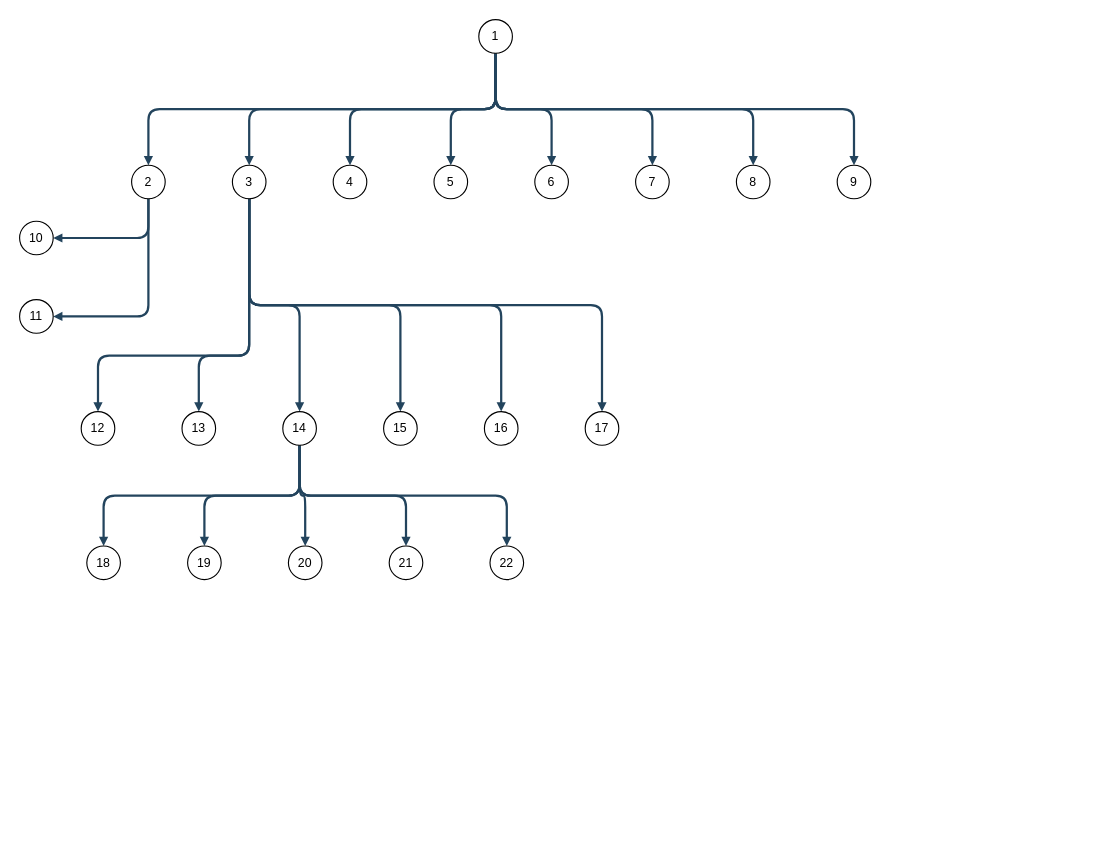
The draw.io diagram page "树状图" (3 of 4) of 组织架构-数据模型.drawio in zebra-min/my-design, before the edit. Source tidied: cells renumbered, new cells numbered last; positions are measured from the earlier drawing's top-left corner, leaving out a move shared by most shapes. Both pictures are drawn from the tidied source at 112%, with x=0, y=0 at pixel (19, 19).
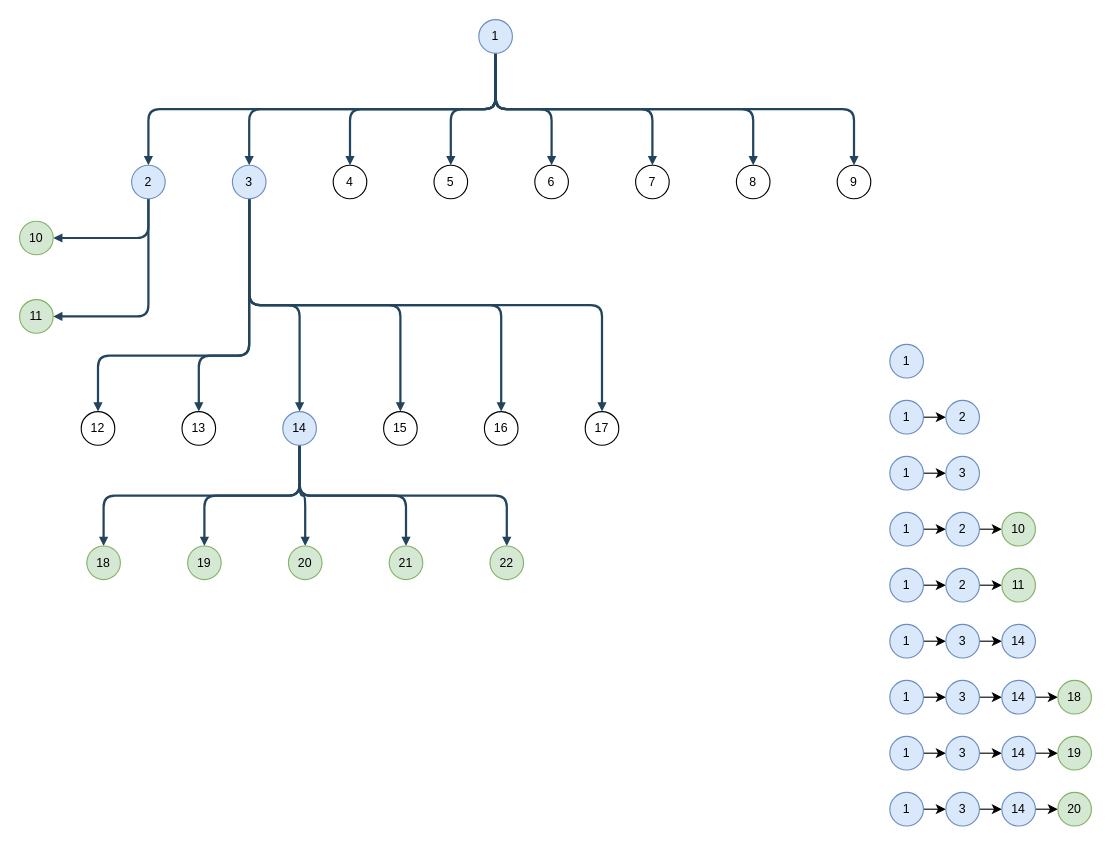
After the change.

Change to the diagram source:
```diff
@@
-    <mxCell id="10" value="1" style="ellipse;whiteSpace=wrap;html=1;fontFamily=Helvetica;fontSize=11;fontColor=default;" parent="1" vertex="1">
+    <mxCell id="10" value="1" style="ellipse;whiteSpace=wrap;html=1;fontFamily=Helvetica;fontSize=11;fillColor=#dae8fc;strokeColor=#6c8ebf;" parent="1" vertex="1">
       <mxGeometry x="410" width="30" height="30" as="geometry" />
     </mxCell>
@@
-    <mxCell id="13" value="2" style="ellipse;whiteSpace=wrap;html=1;fontFamily=Helvetica;fontSize=11;fontColor=default;" parent="1" vertex="1">
+    <mxCell id="13" value="2" style="ellipse;whiteSpace=wrap;html=1;fontFamily=Helvetica;fontSize=11;fillColor=#dae8fc;strokeColor=#6c8ebf;" parent="1" vertex="1">
       <mxGeometry x="100" y="130" width="30" height="30" as="geometry" />
     </mxCell>
@@
-    <mxCell id="20" value="3" style="ellipse;whiteSpace=wrap;html=1;fontFamily=Helvetica;fontSize=11;fontColor=default;" parent="1" vertex="1">
+    <mxCell id="20" value="3" style="ellipse;whiteSpace=wrap;html=1;fontFamily=Helvetica;fontSize=11;fillColor=#dae8fc;strokeColor=#6c8ebf;" parent="1" vertex="1">
       <mxGeometry x="190" y="130" width="30" height="30" as="geometry" />
     </mxCell>
@@
-    <mxCell id="27" value="10" style="ellipse;whiteSpace=wrap;html=1;fontFamily=Helvetica;fontSize=11;fontColor=default;" parent="1" vertex="1">
+    <mxCell id="27" value="10" style="ellipse;whiteSpace=wrap;html=1;fontFamily=Helvetica;fontSize=11;fillColor=#d5e8d4;strokeColor=#82b366;" parent="1" vertex="1">
       <mxGeometry y="180" width="30" height="30" as="geometry" />
     </mxCell>
-    <mxCell id="28" value="11" style="ellipse;whiteSpace=wrap;html=1;fontFamily=Helvetica;fontSize=11;fontColor=default;" parent="1" vertex="1">
+    <mxCell id="28" value="11" style="ellipse;whiteSpace=wrap;html=1;fontFamily=Helvetica;fontSize=11;fillColor=#d5e8d4;strokeColor=#82b366;" parent="1" vertex="1">
       <mxGeometry y="250" width="30" height="30" as="geometry" />
     </mxCell>
@@
-    <mxCell id="36" value="14" style="ellipse;whiteSpace=wrap;html=1;fontFamily=Helvetica;fontSize=11;fontColor=default;" parent="1" vertex="1">
+    <mxCell id="36" value="14" style="ellipse;whiteSpace=wrap;html=1;fontFamily=Helvetica;fontSize=11;fillColor=#dae8fc;strokeColor=#6c8ebf;" parent="1" vertex="1">
       <mxGeometry x="235" y="350" width="30" height="30" as="geometry" />
     </mxCell>
@@
-    <mxCell id="40" value="18" style="ellipse;whiteSpace=wrap;html=1;fontFamily=Helvetica;fontSize=11;fontColor=default;" parent="1" vertex="1">
+    <mxCell id="40" value="18" style="ellipse;whiteSpace=wrap;html=1;fontFamily=Helvetica;fontSize=11;fillColor=#d5e8d4;strokeColor=#82b366;" parent="1" vertex="1">
       <mxGeometry x="60" y="470" width="30" height="30" as="geometry" />
     </mxCell>
-    <mxCell id="41" value="19" style="ellipse;whiteSpace=wrap;html=1;fontFamily=Helvetica;fontSize=11;fontColor=default;" parent="1" vertex="1">
+    <mxCell id="41" value="19" style="ellipse;whiteSpace=wrap;html=1;fontFamily=Helvetica;fontSize=11;fillColor=#d5e8d4;strokeColor=#82b366;" parent="1" vertex="1">
       <mxGeometry x="150" y="470" width="30" height="30" as="geometry" />
     </mxCell>
-    <mxCell id="42" value="20" style="ellipse;whiteSpace=wrap;html=1;fontFamily=Helvetica;fontSize=11;fontColor=default;" parent="1" vertex="1">
+    <mxCell id="42" value="20" style="ellipse;whiteSpace=wrap;html=1;fontFamily=Helvetica;fontSize=11;fillColor=#d5e8d4;strokeColor=#82b366;" parent="1" vertex="1">
       <mxGeometry x="240" y="470" width="30" height="30" as="geometry" />
     </mxCell>
-    <mxCell id="43" value="21" style="ellipse;whiteSpace=wrap;html=1;fontFamily=Helvetica;fontSize=11;fontColor=default;" parent="1" vertex="1">
+    <mxCell id="43" value="21" style="ellipse;whiteSpace=wrap;html=1;fontFamily=Helvetica;fontSize=11;fillColor=#d5e8d4;strokeColor=#82b366;" parent="1" vertex="1">
       <mxGeometry x="330" y="470" width="30" height="30" as="geometry" />
     </mxCell>
-    <mxCell id="44" value="22" style="ellipse;whiteSpace=wrap;html=1;fontFamily=Helvetica;fontSize=11;fontColor=default;" parent="1" vertex="1">
+    <mxCell id="44" value="22" style="ellipse;whiteSpace=wrap;html=1;fontFamily=Helvetica;fontSize=11;fillColor=#d5e8d4;strokeColor=#82b366;" parent="1" vertex="1">
       <mxGeometry x="420" y="470" width="30" height="30" as="geometry" />
     </mxCell>
+    <mxCell id="45" value="1" style="ellipse;whiteSpace=wrap;html=1;fontFamily=Helvetica;fontSize=11;fillColor=#dae8fc;strokeColor=#6c8ebf;" parent="1" vertex="1">
+      <mxGeometry x="777" y="290" width="30" height="30" as="geometry" />
+    </mxCell>
+    <mxCell id="46" style="edgeStyle=orthogonalEdgeStyle;rounded=0;jettySize=auto;html=1;exitX=1;exitY=0.5;exitDx=0;exitDy=0;entryX=0;entryY=0.5;entryDx=0;entryDy=0;" parent="1" edge="1" source="47" target="48">
+      <mxGeometry relative="1" as="geometry" />
+    </mxCell>
+    <mxCell id="47" value="1" style="ellipse;whiteSpace=wrap;html=1;fontFamily=Helvetica;fontSize=11;fillColor=#dae8fc;strokeColor=#6c8ebf;" parent="1" vertex="1">
+      <mxGeometry x="777" y="340" width="30" height="30" as="geometry" />
+    </mxCell>
+    <mxCell id="48" value="2" style="ellipse;whiteSpace=wrap;html=1;fontFamily=Helvetica;fontSize=11;fillColor=#dae8fc;strokeColor=#6c8ebf;" parent="1" vertex="1">
+      <mxGeometry x="827" y="340" width="30" height="30" as="geometry" />
+    </mxCell>
+    <mxCell id="49" style="edgeStyle=orthogonalEdgeStyle;rounded=0;jettySize=auto;html=1;exitX=1;exitY=0.5;exitDx=0;exitDy=0;entryX=0;entryY=0.5;entryDx=0;entryDy=0;" parent="1" edge="1" source="50" target="51">
+      <mxGeometry relative="1" as="geometry" />
+    </mxCell>
+    <mxCell id="50" value="1" style="ellipse;whiteSpace=wrap;html=1;fontFamily=Helvetica;fontSize=11;fillColor=#dae8fc;strokeColor=#6c8ebf;" parent="1" vertex="1">
+      <mxGeometry x="777" y="390" width="30" height="30" as="geometry" />
+    </mxCell>
+    <mxCell id="51" value="3" style="ellipse;whiteSpace=wrap;html=1;fontFamily=Helvetica;fontSize=11;fillColor=#dae8fc;strokeColor=#6c8ebf;" parent="1" vertex="1">
+      <mxGeometry x="827" y="390" width="30" height="30" as="geometry" />
+    </mxCell>
+    <mxCell id="52" style="edgeStyle=orthogonalEdgeStyle;rounded=0;jettySize=auto;html=1;exitX=1;exitY=0.5;exitDx=0;exitDy=0;entryX=0;entryY=0.5;entryDx=0;entryDy=0;" parent="1" edge="1" source="53" target="55">
+      <mxGeometry relative="1" as="geometry" />
+    </mxCell>
+    <mxCell id="53" value="1" style="ellipse;whiteSpace=wrap;html=1;fontFamily=Helvetica;fontSize=11;fillColor=#dae8fc;strokeColor=#6c8ebf;" parent="1" vertex="1">
+      <mxGeometry x="777" y="440" width="30" height="30" as="geometry" />
+    </mxCell>
+    <mxCell id="54" style="edgeStyle=orthogonalEdgeStyle;rounded=0;jettySize=auto;html=1;exitX=1;exitY=0.5;exitDx=0;exitDy=0;entryX=0;entryY=0.5;entryDx=0;entryDy=0;" parent="1" edge="1" source="55" target="56">
+      <mxGeometry relative="1" as="geometry" />
+    </mxCell>
+    <mxCell id="55" value="2" style="ellipse;whiteSpace=wrap;html=1;fontFamily=Helvetica;fontSize=11;fillColor=#dae8fc;strokeColor=#6c8ebf;" parent="1" vertex="1">
+      <mxGeometry x="827" y="440" width="30" height="30" as="geometry" />
+    </mxCell>
+    <mxCell id="56" value="10" style="ellipse;whiteSpace=wrap;html=1;fontFamily=Helvetica;fontSize=11;fillColor=#d5e8d4;strokeColor=#82b366;" parent="1" vertex="1">
+      <mxGeometry x="877" y="440" width="30" height="30" as="geometry" />
+    </mxCell>
+    <mxCell id="57" style="edgeStyle=orthogonalEdgeStyle;rounded=0;jettySize=auto;html=1;exitX=1;exitY=0.5;exitDx=0;exitDy=0;entryX=0;entryY=0.5;entryDx=0;entryDy=0;" parent="1" edge="1" source="58" target="60">
+      <mxGeometry relative="1" as="geometry" />
+    </mxCell>
+    <mxCell id="58" value="1" style="ellipse;whiteSpace=wrap;html=1;fontFamily=Helvetica;fontSize=11;fillColor=#dae8fc;strokeColor=#6c8ebf;" parent="1" vertex="1">
+      <mxGeometry x="777" y="490" width="30" height="30" as="geometry" />
+    </mxCell>
+    <mxCell id="59" style="edgeStyle=orthogonalEdgeStyle;rounded=0;jettySize=auto;html=1;exitX=1;exitY=0.5;exitDx=0;exitDy=0;entryX=0;entryY=0.5;entryDx=0;entryDy=0;" parent="1" edge="1" source="60" target="61">
+      <mxGeometry relative="1" as="geometry" />
+    </mxCell>
+    <mxCell id="60" value="2" style="ellipse;whiteSpace=wrap;html=1;fontFamily=Helvetica;fontSize=11;fillColor=#dae8fc;strokeColor=#6c8ebf;" parent="1" vertex="1">
+      <mxGeometry x="827" y="490" width="30" height="30" as="geometry" />
+    </mxCell>
+    <mxCell id="61" value="11" style="ellipse;whiteSpace=wrap;html=1;fontFamily=Helvetica;fontSize=11;fillColor=#d5e8d4;strokeColor=#82b366;" parent="1" vertex="1">
+      <mxGeometry x="877" y="490" width="30" height="30" as="geometry" />
+    </mxCell>
+    <mxCell id="62" style="edgeStyle=orthogonalEdgeStyle;rounded=0;jettySize=auto;html=1;exitX=1;exitY=0.5;exitDx=0;exitDy=0;entryX=0;entryY=0.5;entryDx=0;entryDy=0;" parent="1" edge="1" source="63" target="65">
+      <mxGeometry relative="1" as="geometry" />
+    </mxCell>
+    <mxCell id="63" value="1" style="ellipse;whiteSpace=wrap;html=1;fontFamily=Helvetica;fontSize=11;fillColor=#dae8fc;strokeColor=#6c8ebf;" parent="1" vertex="1">
+      <mxGeometry x="777" y="540" width="30" height="30" as="geometry" />
+    </mxCell>
+    <mxCell id="64" style="edgeStyle=orthogonalEdgeStyle;rounded=0;jettySize=auto;html=1;exitX=1;exitY=0.5;exitDx=0;exitDy=0;entryX=0;entryY=0.5;entryDx=0;entryDy=0;" parent="1" edge="1" source="65" target="66">
+      <mxGeometry relative="1" as="geometry" />
+    </mxCell>
+    <mxCell id="65" value="3" style="ellipse;whiteSpace=wrap;html=1;fontFamily=Helvetica;fontSize=11;fillColor=#dae8fc;strokeColor=#6c8ebf;" parent="1" vertex="1">
+      <mxGeometry x="827" y="540" width="30" height="30" as="geometry" />
+    </mxCell>
+    <mxCell id="66" value="14" style="ellipse;whiteSpace=wrap;html=1;fontFamily=Helvetica;fontSize=11;fillColor=#dae8fc;strokeColor=#6c8ebf;" parent="1" vertex="1">
+      <mxGeometry x="877" y="540" width="30" height="30" as="geometry" />
+    </mxCell>
+    <mxCell id="67" style="edgeStyle=orthogonalEdgeStyle;rounded=0;jettySize=auto;html=1;exitX=1;exitY=0.5;exitDx=0;exitDy=0;entryX=0;entryY=0.5;entryDx=0;entryDy=0;" parent="1" edge="1" source="68" target="70">
+      <mxGeometry relative="1" as="geometry" />
+    </mxCell>
+    <mxCell id="68" value="1" style="ellipse;whiteSpace=wrap;html=1;fontFamily=Helvetica;fontSize=11;fillColor=#dae8fc;strokeColor=#6c8ebf;" parent="1" vertex="1">
+      <mxGeometry x="777" y="590" width="30" height="30" as="geometry" />
+    </mxCell>
+    <mxCell id="69" style="edgeStyle=orthogonalEdgeStyle;rounded=0;jettySize=auto;html=1;exitX=1;exitY=0.5;exitDx=0;exitDy=0;entryX=0;entryY=0.5;entryDx=0;entryDy=0;" parent="1" edge="1" source="70" target="72">
+      <mxGeometry relative="1" as="geometry" />
+    </mxCell>
+    <mxCell id="70" value="3" style="ellipse;whiteSpace=wrap;html=1;fontFamily=Helvetica;fontSize=11;fillColor=#dae8fc;strokeColor=#6c8ebf;" parent="1" vertex="1">
+      <mxGeometry x="827" y="590" width="30" height="30" as="geometry" />
+    </mxCell>
+    <mxCell id="71" style="edgeStyle=orthogonalEdgeStyle;rounded=0;jettySize=auto;html=1;exitX=1;exitY=0.5;exitDx=0;exitDy=0;entryX=0;entryY=0.5;entryDx=0;entryDy=0;" parent="1" edge="1" source="72" target="73">
+      <mxGeometry relative="1" as="geometry" />
+    </mxCell>
+    <mxCell id="72" value="14" style="ellipse;whiteSpace=wrap;html=1;fontFamily=Helvetica;fontSize=11;fillColor=#dae8fc;strokeColor=#6c8ebf;" parent="1" vertex="1">
+      <mxGeometry x="877" y="590" width="30" height="30" as="geometry" />
+    </mxCell>
+    <mxCell id="73" value="18" style="ellipse;whiteSpace=wrap;html=1;fontFamily=Helvetica;fontSize=11;fillColor=#d5e8d4;strokeColor=#82b366;" parent="1" vertex="1">
+      <mxGeometry x="927" y="590" width="30" height="30" as="geometry" />
+    </mxCell>
+    <mxCell id="74" style="edgeStyle=orthogonalEdgeStyle;rounded=0;jettySize=auto;html=1;exitX=1;exitY=0.5;exitDx=0;exitDy=0;entryX=0;entryY=0.5;entryDx=0;entryDy=0;" parent="1" edge="1" source="75" target="77">
+      <mxGeometry relative="1" as="geometry" />
+    </mxCell>
+    <mxCell id="75" value="1" style="ellipse;whiteSpace=wrap;html=1;fontFamily=Helvetica;fontSize=11;fillColor=#dae8fc;strokeColor=#6c8ebf;" parent="1" vertex="1">
+      <mxGeometry x="777" y="640" width="30" height="30" as="geometry" />
+    </mxCell>
+    <mxCell id="76" style="edgeStyle=orthogonalEdgeStyle;rounded=0;jettySize=auto;html=1;exitX=1;exitY=0.5;exitDx=0;exitDy=0;entryX=0;entryY=0.5;entryDx=0;entryDy=0;" parent="1" edge="1" source="77" target="79">
+      <mxGeometry relative="1" as="geometry" />
+    </mxCell>
+    <mxCell id="77" value="3" style="ellipse;whiteSpace=wrap;html=1;fontFamily=Helvetica;fontSize=11;fillColor=#dae8fc;strokeColor=#6c8ebf;" parent="1" vertex="1">
+      <mxGeometry x="827" y="640" width="30" height="30" as="geometry" />
+    </mxCell>
+    <mxCell id="78" style="edgeStyle=orthogonalEdgeStyle;rounded=0;jettySize=auto;html=1;exitX=1;exitY=0.5;exitDx=0;exitDy=0;entryX=0;entryY=0.5;entryDx=0;entryDy=0;" parent="1" edge="1" source="79" target="80">
+      <mxGeometry relative="1" as="geometry" />
+    </mxCell>
+    <mxCell id="79" value="14" style="ellipse;whiteSpace=wrap;html=1;fontFamily=Helvetica;fontSize=11;fillColor=#dae8fc;strokeColor=#6c8ebf;" parent="1" vertex="1">
+      <mxGeometry x="877" y="640" width="30" height="30" as="geometry" />
+    </mxCell>
+    <mxCell id="80" value="19" style="ellipse;whiteSpace=wrap;html=1;fontFamily=Helvetica;fontSize=11;fillColor=#d5e8d4;strokeColor=#82b366;" parent="1" vertex="1">
+      <mxGeometry x="927" y="640" width="30" height="30" as="geometry" />
+    </mxCell>
+    <mxCell id="81" style="edgeStyle=orthogonalEdgeStyle;rounded=0;jettySize=auto;html=1;exitX=1;exitY=0.5;exitDx=0;exitDy=0;entryX=0;entryY=0.5;entryDx=0;entryDy=0;" parent="1" edge="1" source="82" target="84">
+      <mxGeometry relative="1" as="geometry" />
+    </mxCell>
+    <mxCell id="82" value="1" style="ellipse;whiteSpace=wrap;html=1;fontFamily=Helvetica;fontSize=11;fillColor=#dae8fc;strokeColor=#6c8ebf;" parent="1" vertex="1">
+      <mxGeometry x="777" y="690" width="30" height="30" as="geometry" />
+    </mxCell>
+    <mxCell id="83" style="edgeStyle=orthogonalEdgeStyle;rounded=0;jettySize=auto;html=1;exitX=1;exitY=0.5;exitDx=0;exitDy=0;entryX=0;entryY=0.5;entryDx=0;entryDy=0;" parent="1" edge="1" source="84" target="86">
+      <mxGeometry relative="1" as="geometry" />
+    </mxCell>
+    <mxCell id="84" value="3" style="ellipse;whiteSpace=wrap;html=1;fontFamily=Helvetica;fontSize=11;fillColor=#dae8fc;strokeColor=#6c8ebf;" parent="1" vertex="1">
+      <mxGeometry x="827" y="690" width="30" height="30" as="geometry" />
+    </mxCell>
+    <mxCell id="85" style="edgeStyle=orthogonalEdgeStyle;rounded=0;jettySize=auto;html=1;exitX=1;exitY=0.5;exitDx=0;exitDy=0;entryX=0;entryY=0.5;entryDx=0;entryDy=0;" parent="1" edge="1" source="86" target="87">
+      <mxGeometry relative="1" as="geometry" />
+    </mxCell>
+    <mxCell id="86" value="14" style="ellipse;whiteSpace=wrap;html=1;fontFamily=Helvetica;fontSize=11;fillColor=#dae8fc;strokeColor=#6c8ebf;" parent="1" vertex="1">
+      <mxGeometry x="877" y="690" width="30" height="30" as="geometry" />
+    </mxCell>
+    <mxCell id="87" value="20" style="ellipse;whiteSpace=wrap;html=1;fontFamily=Helvetica;fontSize=11;fillColor=#d5e8d4;strokeColor=#82b366;" parent="1" vertex="1">
+      <mxGeometry x="927" y="690" width="30" height="30" as="geometry" />
+    </mxCell>
```
